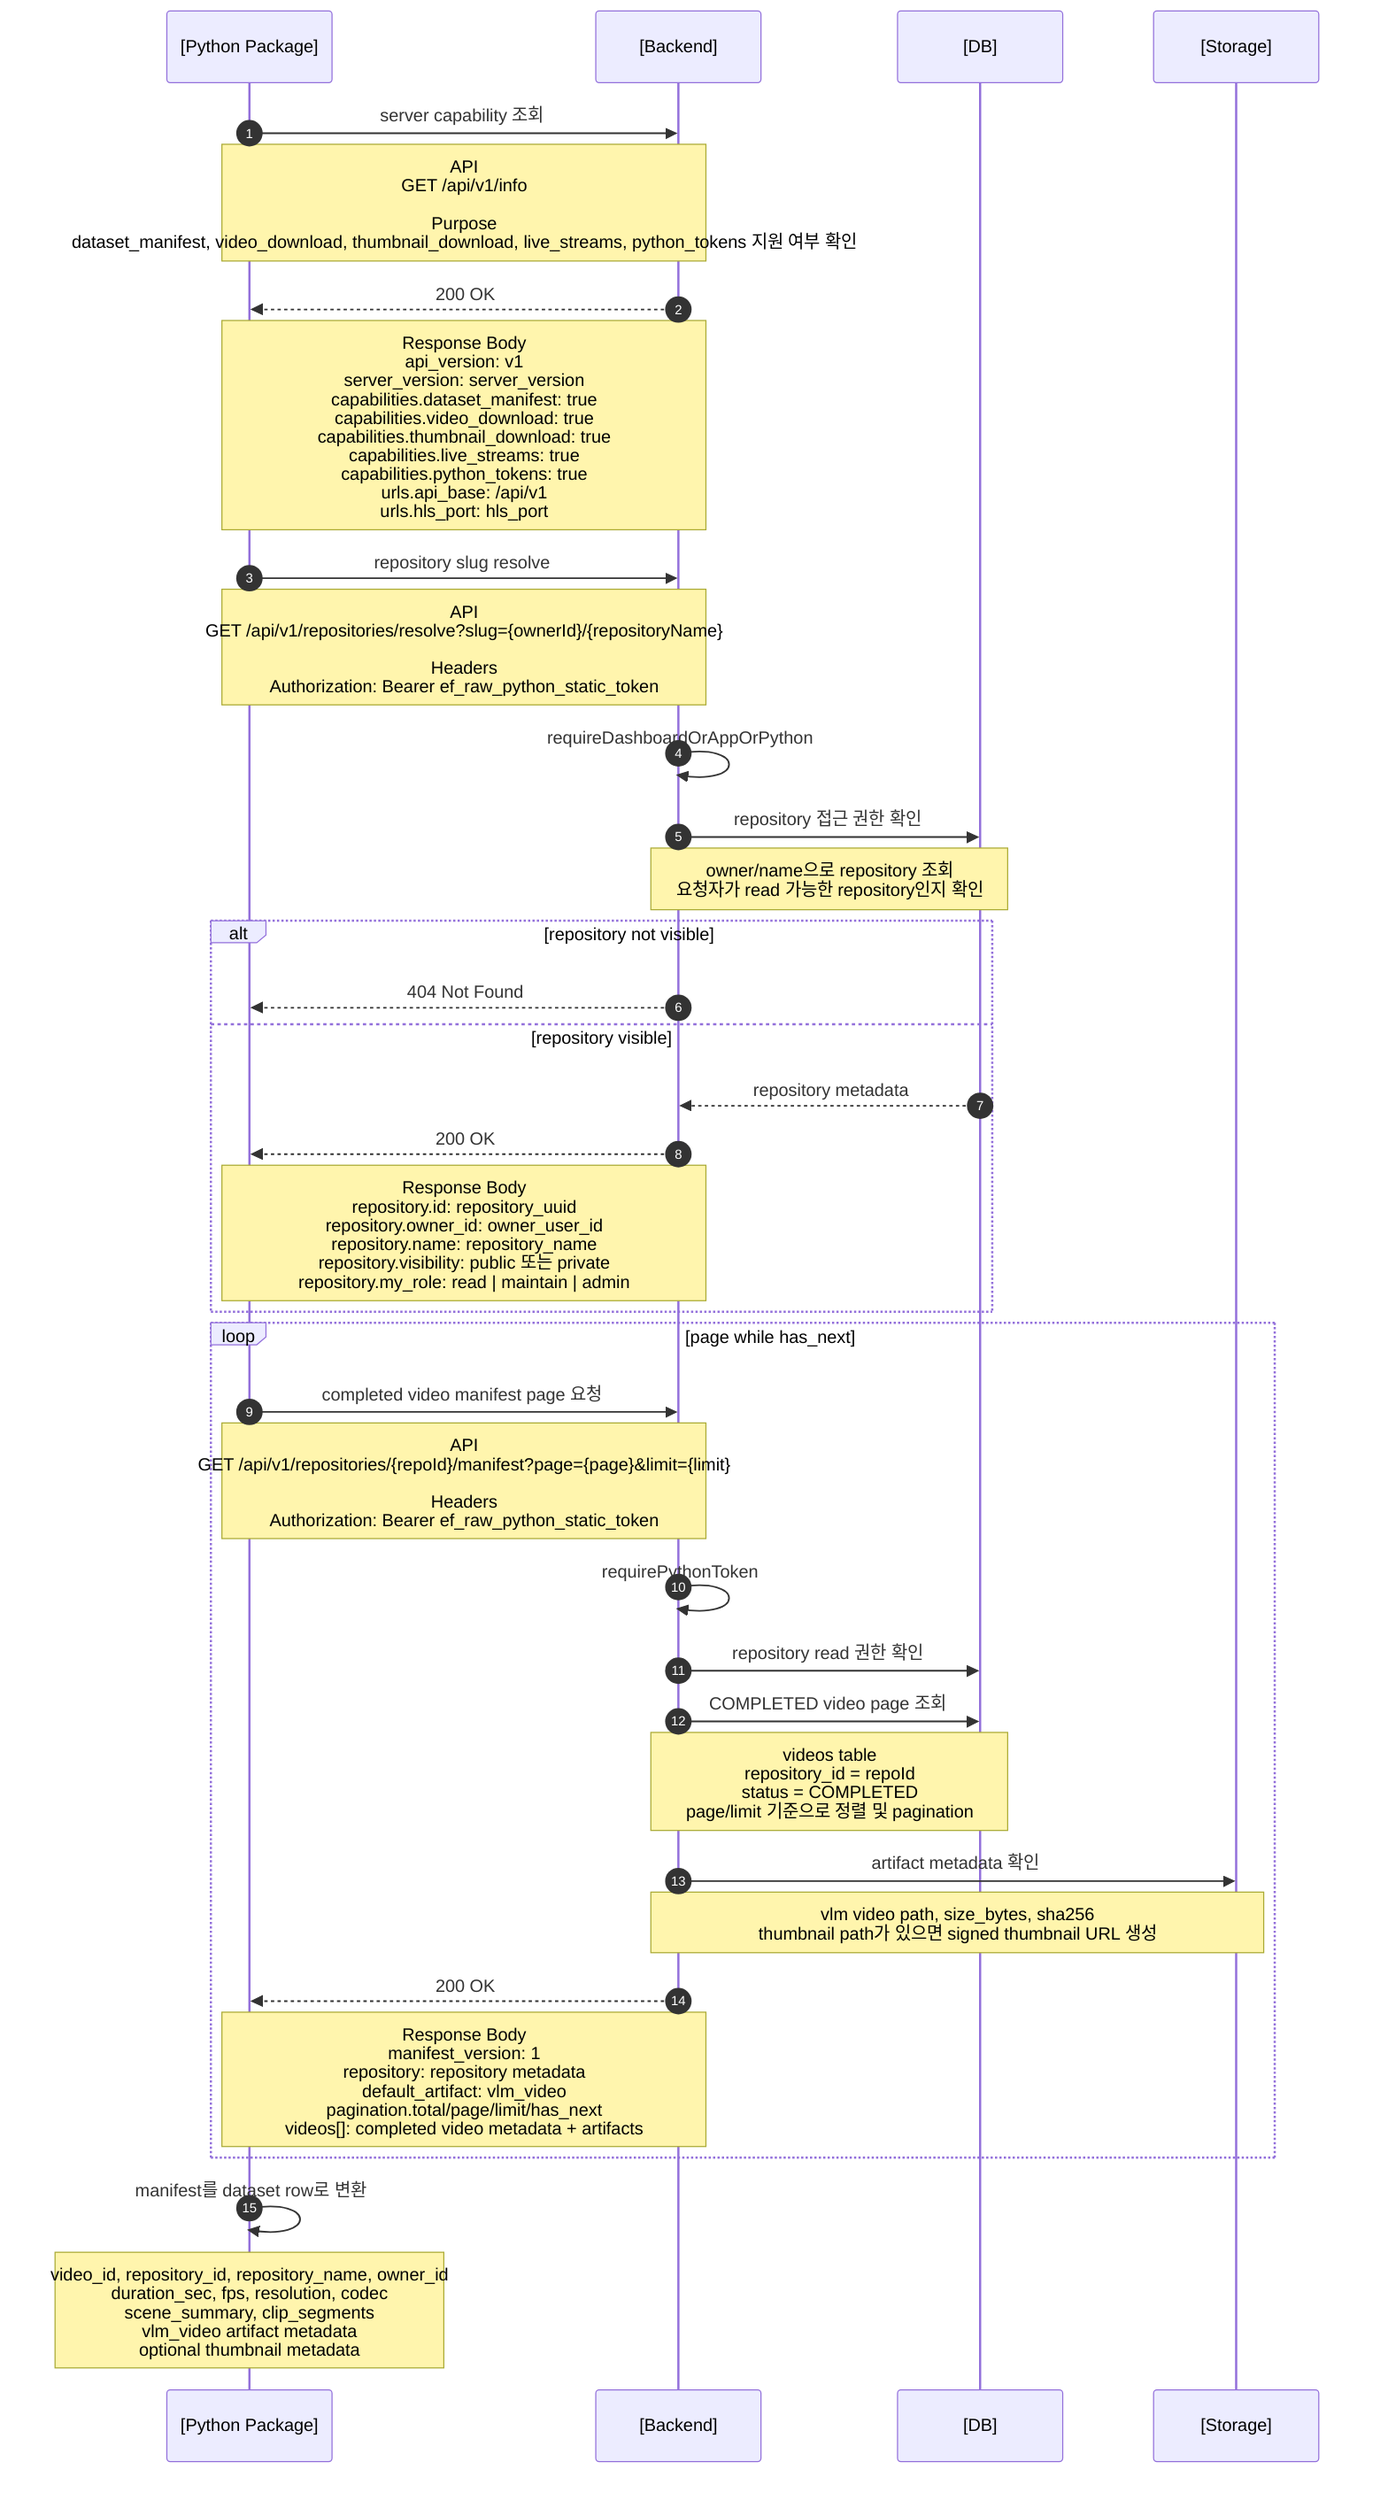
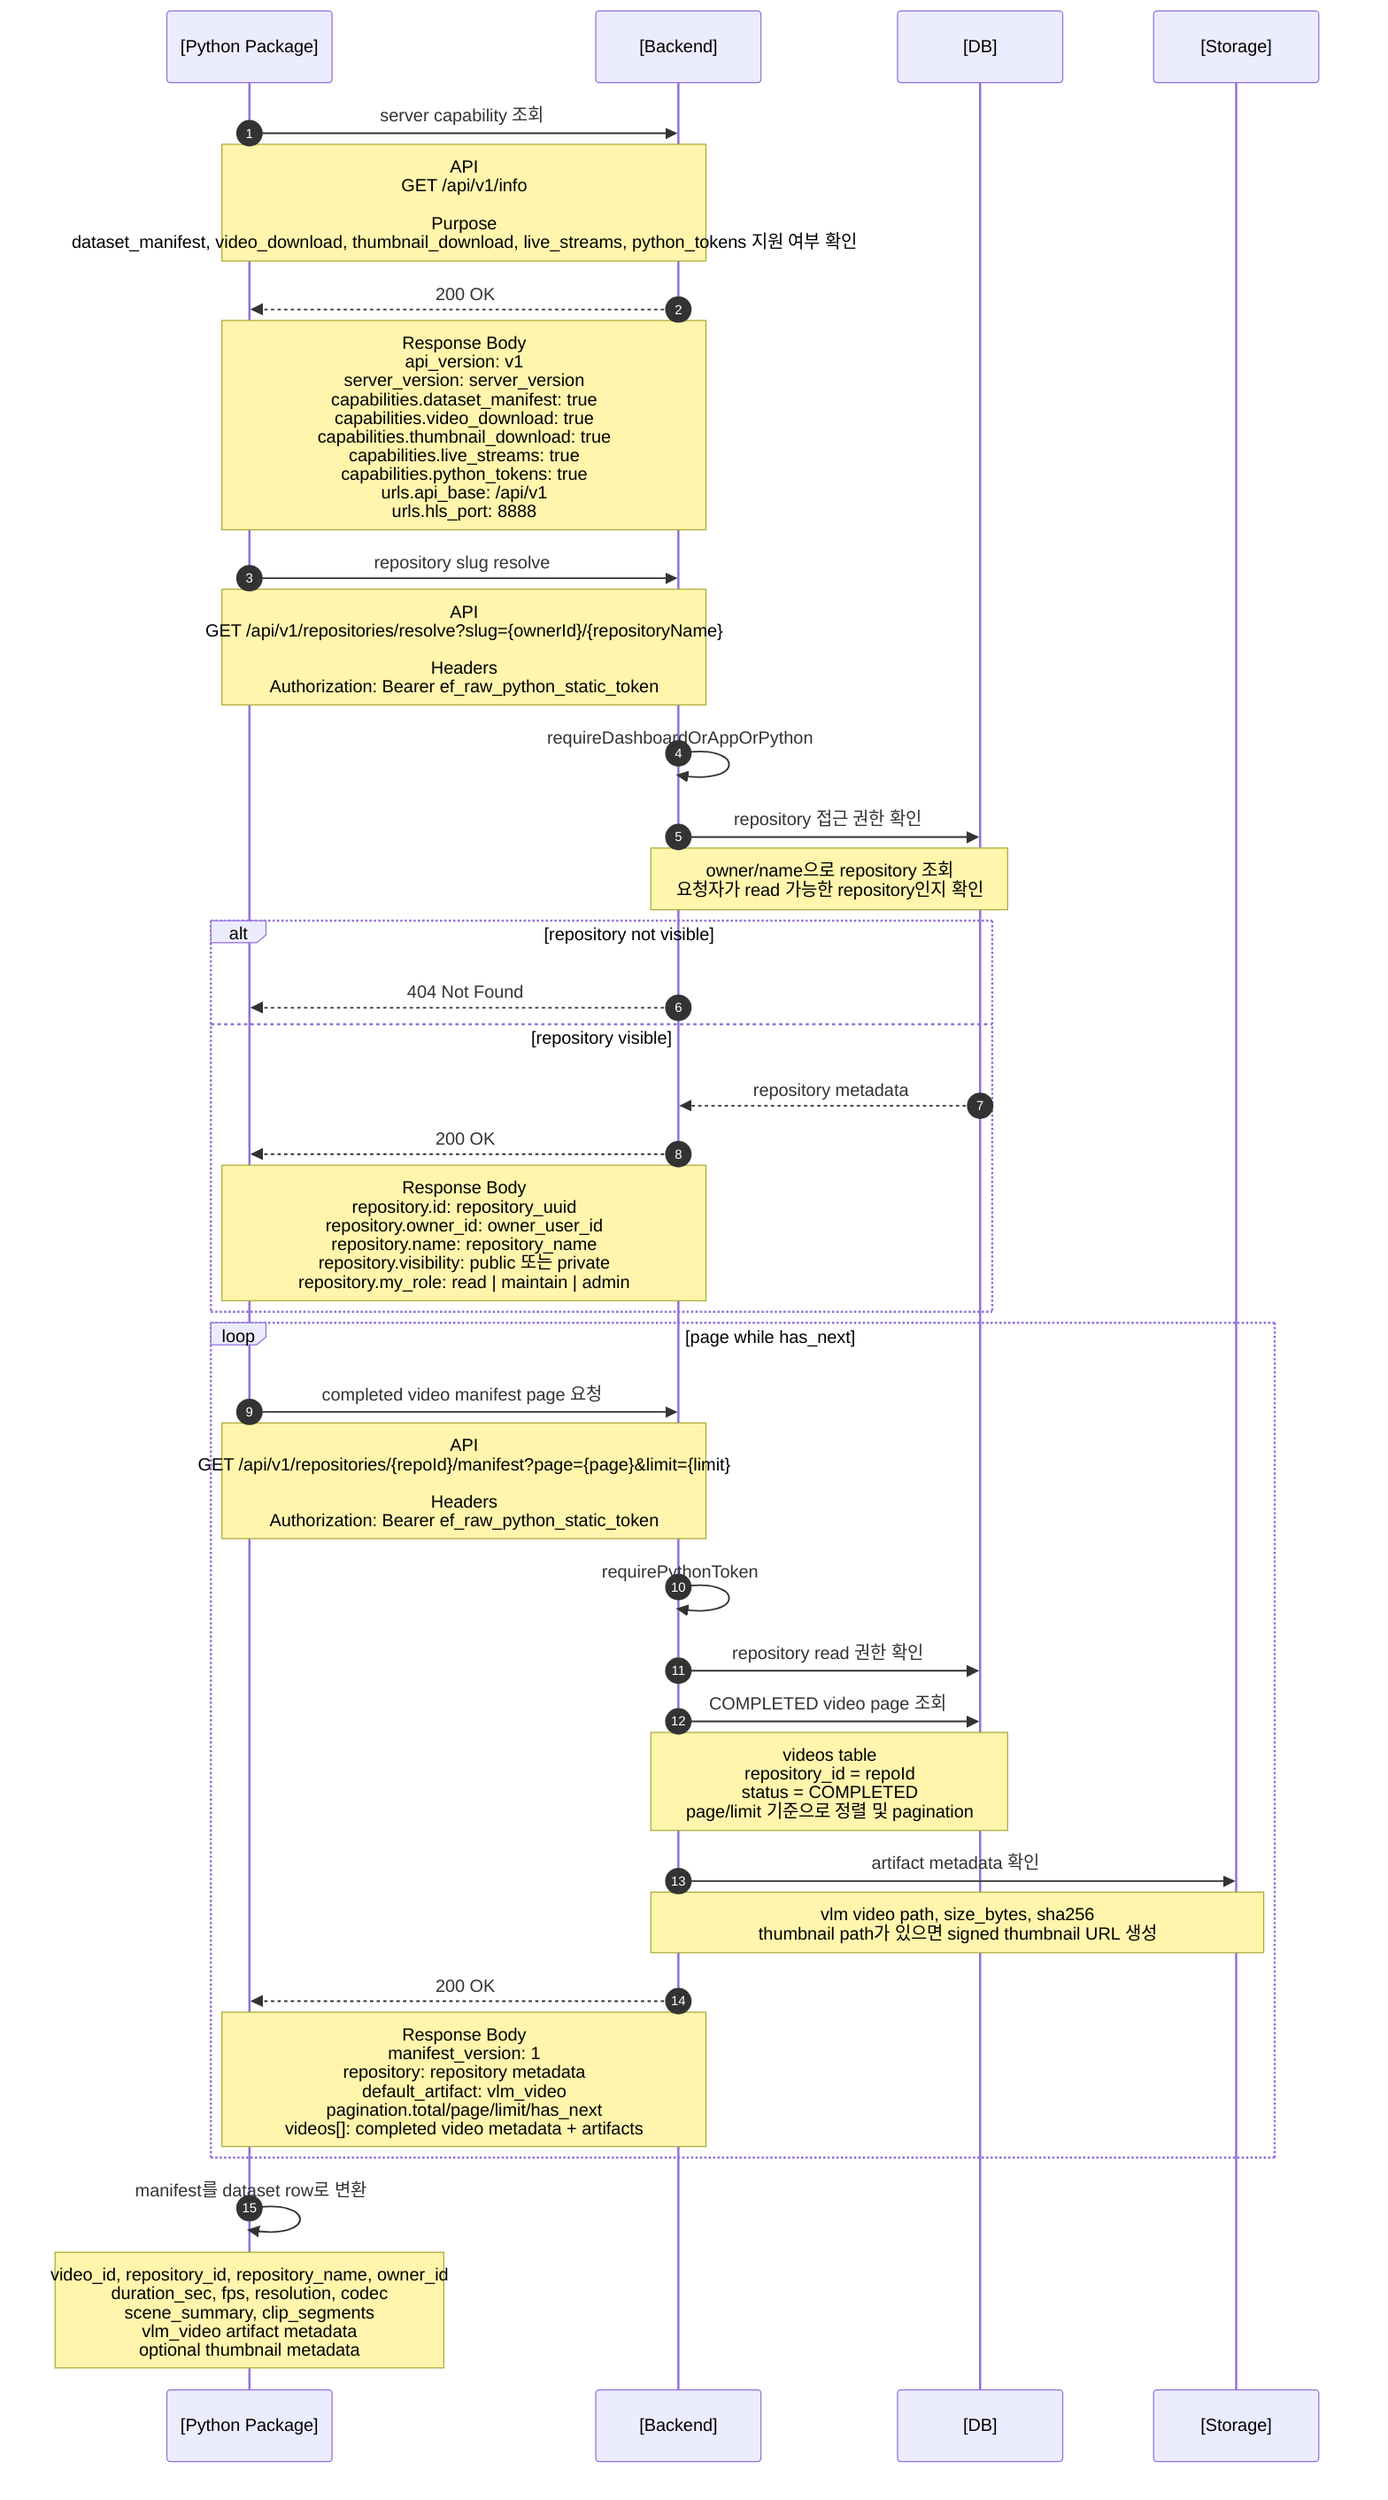
sequenceDiagram
  autonumber
  participant Python as [Python Package]
  participant Backend as [Backend]
  participant DB as [DB]
  participant Storage as [Storage]

  Python->>Backend: server capability 조회
  Note over Python,Backend: API<br/>GET /api/v1/info<br/><br/>Purpose<br/>dataset_manifest, video_download, thumbnail_download, live_streams, python_tokens 지원 여부 확인
  Backend-->>Python: 200 OK
-   Note over Backend,Python: Response Body<br/>api_version: v1<br/>server_version: server_version<br/>capabilities.dataset_manifest: true<br/>capabilities.video_download: true<br/>capabilities.thumbnail_download: true<br/>capabilities.live_streams: true<br/>capabilities.python_tokens: true<br/>urls.api_base: /api/v1<br/>urls.hls_port: hls_port
+   Note over Backend,Python: Response Body<br/>api_version: v1<br/>server_version: server_version<br/>capabilities.dataset_manifest: true<br/>capabilities.video_download: true<br/>capabilities.thumbnail_download: true<br/>capabilities.live_streams: true<br/>capabilities.python_tokens: true<br/>urls.api_base: /api/v1<br/>urls.hls_port: 8888

  Python->>Backend: repository slug resolve
  Note over Python,Backend: API<br/>GET /api/v1/repositories/resolve?slug={ownerId}/{repositoryName}<br/><br/>Headers<br/>Authorization: Bearer ef_raw_python_static_token

  Backend->>Backend: requireDashboardOrAppOrPython
  Backend->>DB: repository 접근 권한 확인
  Note over Backend,DB: owner/name으로 repository 조회<br/>요청자가 read 가능한 repository인지 확인

  alt repository not visible
    Backend-->>Python: 404 Not Found
  else repository visible
    DB-->>Backend: repository metadata
    Backend-->>Python: 200 OK
    Note over Backend,Python: Response Body<br/>repository.id: repository_uuid<br/>repository.owner_id: owner_user_id<br/>repository.name: repository_name<br/>repository.visibility: public 또는 private<br/>repository.my_role: read | maintain | admin
  end

  loop page while has_next
    Python->>Backend: completed video manifest page 요청
    Note over Python,Backend: API<br/>GET /api/v1/repositories/{repoId}/manifest?page={page}&limit={limit}<br/><br/>Headers<br/>Authorization: Bearer ef_raw_python_static_token

    Backend->>Backend: requirePythonToken
    Backend->>DB: repository read 권한 확인
    Backend->>DB: COMPLETED video page 조회
    Note over Backend,DB: videos table<br/>repository_id = repoId<br/>status = COMPLETED<br/>page/limit 기준으로 정렬 및 pagination
    Backend->>Storage: artifact metadata 확인
    Note over Backend,Storage: vlm video path, size_bytes, sha256<br/>thumbnail path가 있으면 signed thumbnail URL 생성
    Backend-->>Python: 200 OK
    Note over Backend,Python: Response Body<br/>manifest_version: 1<br/>repository: repository metadata<br/>default_artifact: vlm_video<br/>pagination.total/page/limit/has_next<br/>videos[]: completed video metadata + artifacts
  end

  Python->>Python: manifest를 dataset row로 변환
  Note over Python: video_id, repository_id, repository_name, owner_id<br/>duration_sec, fps, resolution, codec<br/>scene_summary, clip_segments<br/>vlm_video artifact metadata<br/>optional thumbnail metadata

%% 참고:
%% manifest는 completed video만 Python/VLM 사용 대상으로 노출한다.
%% chunk upload 진행 상태나 live session 상태는 manifest에 포함되지 않는다.
%% Python package는 page 단위 manifest를 받아 cache 또는 Hugging Face Dataset row로 변환한다.
+ %% live HLS playback direct URL은 Python package가 fixed 8888 port로 구성한다.
